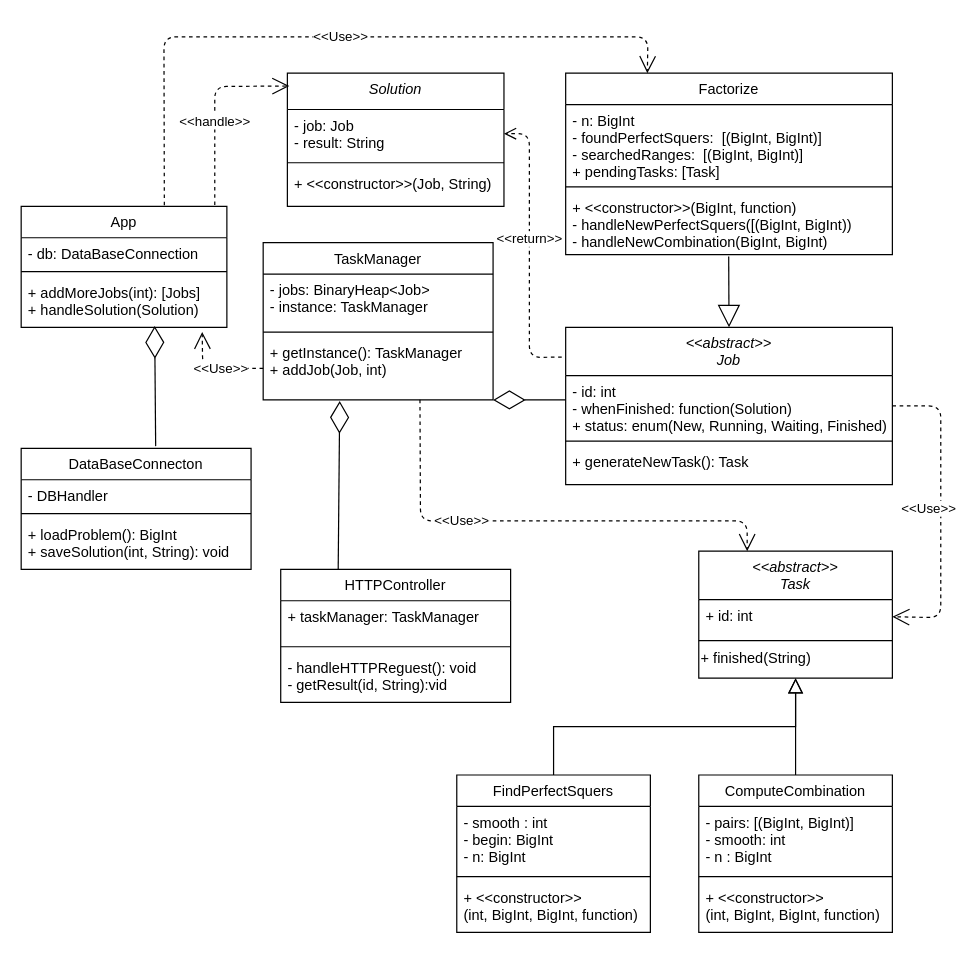
This is src/main/resources/farctorization.drawio from speederking07/Distributed-factorization-with-io-style-game, a draw.io file, before an edit. Source tidied: cells renumbered, new cells numbered last; positions are measured from the earlier drawing's top-left corner, leaving out a move shared by most shapes. Both pictures are drawn from the tidied source at 121%, with x=0, y=0 at pixel (21, 36).
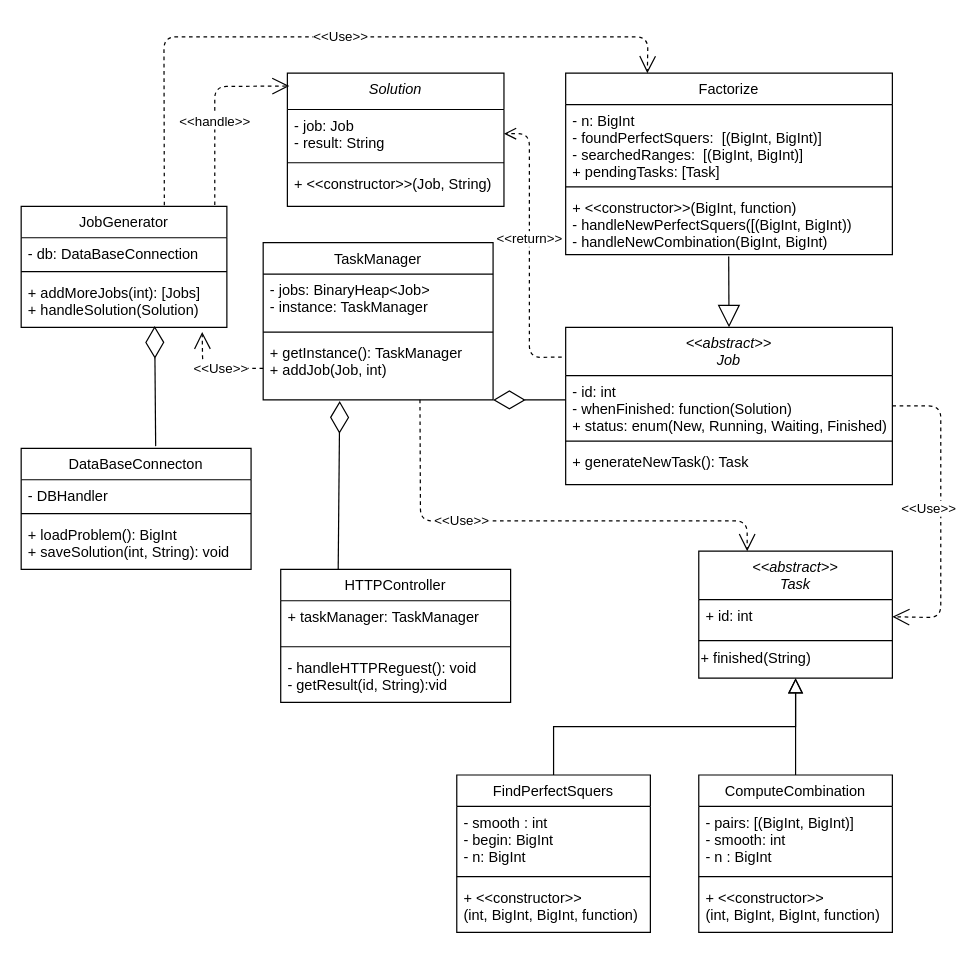
After the change.

Diff of the diagram source:
```diff
@@
-    <mxCell id="42" value="App" style="swimlane;fontStyle=0;align=center;verticalAlign=top;horizontal=1;startSize=26;rounded=0;shadow=0;strokeWidth=1;" parent="1" vertex="1">
+    <mxCell id="42" value="JobGenerator" style="swimlane;fontStyle=0;align=center;verticalAlign=top;horizontal=1;startSize=26;rounded=0;shadow=0;strokeWidth=1;" parent="1" vertex="1">
       <mxGeometry y="140" width="170" height="100" as="geometry" />
     </mxCell>
```
